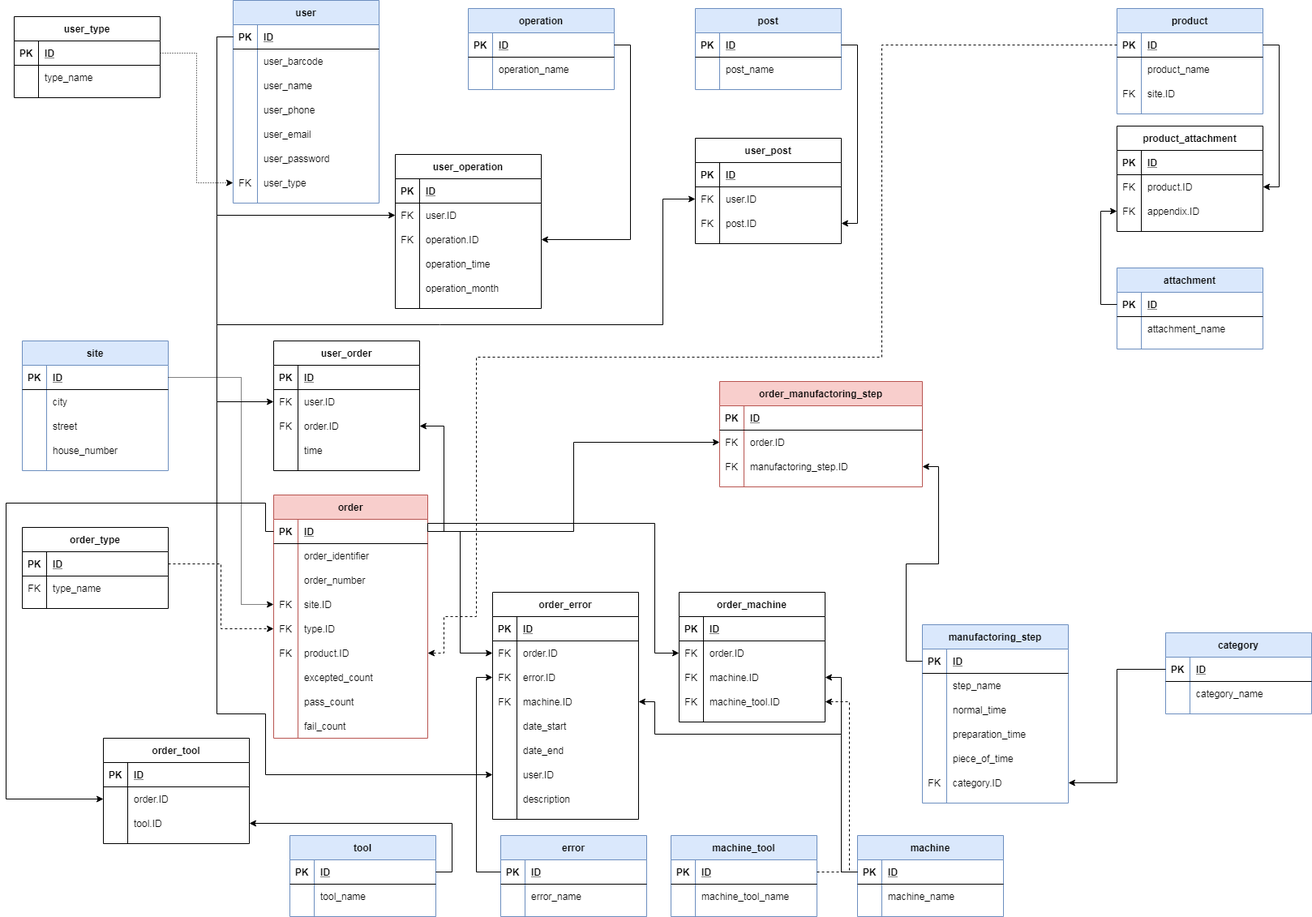
This is DOC/diagrams/database_plan_2_0_0.png from KerteszZoltan/mesterminal, a draw.io export, as it was before one commit. Source tidied: cells renumbered, new cells last; positions are measured from the earlier drawing's top-left corner, leaving out a move shared by most shapes.
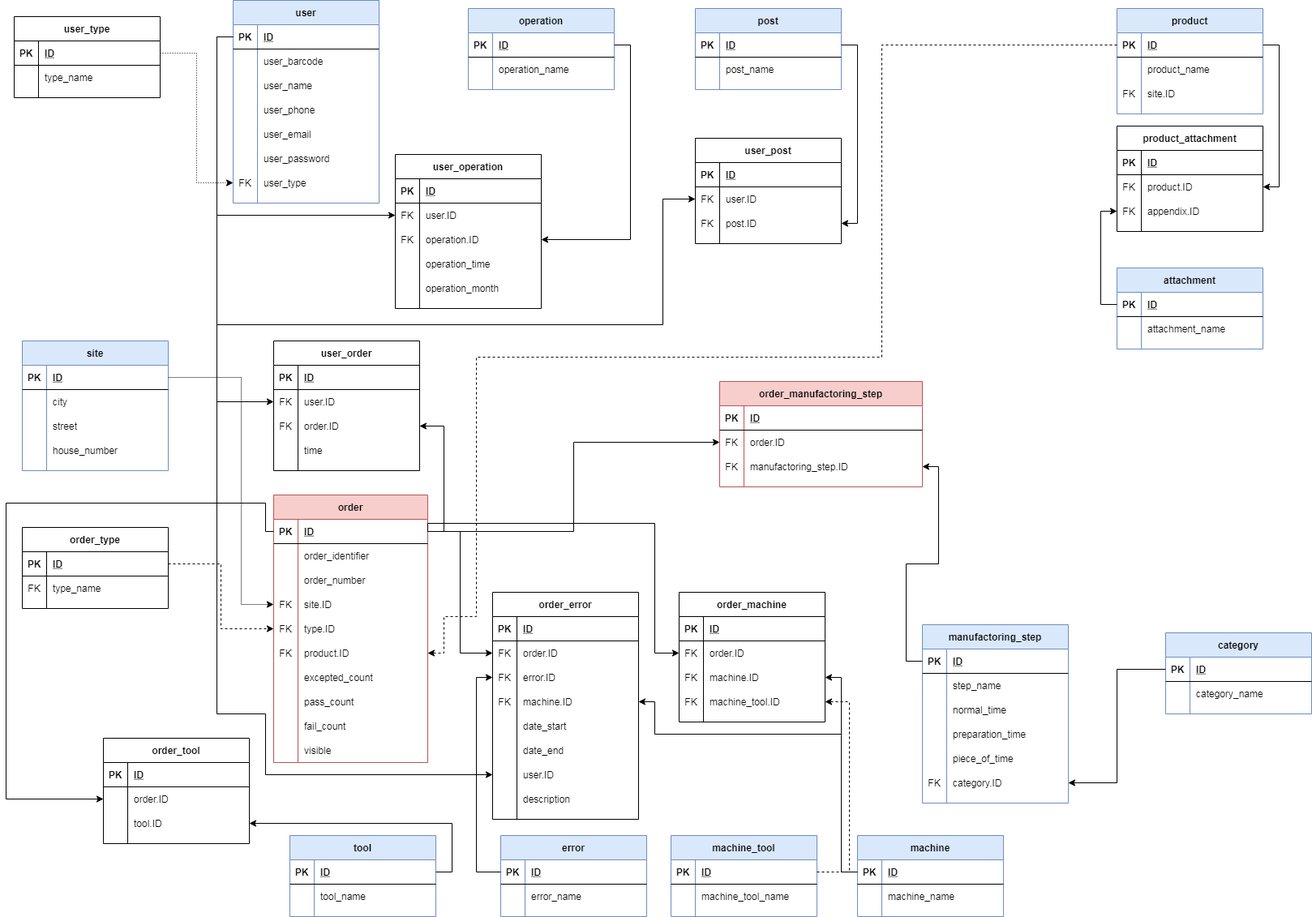
Later version of the same file.

What changed in the source:
```diff
@@ -208,7 +208,7 @@
       </mxGeometry>
     </mxCell>
     <mxCell id="68" value="order" style="shape=table;startSize=30;rowLines=0;fontStyle=1;align=center;fillColor=#f8cecc;strokeColor=#b85450;" parent="1" vertex="1">
-      <mxGeometry x="330" y="610" width="190" height="300" as="geometry" />
+      <mxGeometry x="330" y="610" width="190" height="330" as="geometry" />
     </mxCell>
     <mxCell id="69" style="shape=partialRectangle;fillColor=none;top=0;left=0;bottom=1;right=0;points=[[0,0.5],[1,0.5]];portConstraint=eastwest;" parent="68" vertex="1">
       <mxGeometry y="30" width="190" height="30" as="geometry" />
@@ -291,6 +291,15 @@
     <mxCell id="95" value="fail_count" style="shape=partialRectangle;fillColor=none;top=0;left=0;bottom=0;right=0;align=left;spacingLeft=6;overflow=hidden;" parent="93" vertex="1">
       <mxGeometry x="30" width="160" height="30" as="geometry" />
     </mxCell>
+    <mxCell id="295" style="shape=partialRectangle;fillColor=none;top=0;left=0;bottom=0;right=0;" parent="68" vertex="1">
+      <mxGeometry y="300" width="190" height="30" as="geometry" />
+    </mxCell>
+    <mxCell id="296" style="shape=partialRectangle;fillColor=none;top=0;left=0;bottom=0;right=0;overflow=hidden;" parent="295" vertex="1">
+      <mxGeometry width="30" height="30" as="geometry" />
+    </mxCell>
+    <mxCell id="297" value="visible" style="shape=partialRectangle;fillColor=none;top=0;left=0;bottom=0;right=0;align=left;spacingLeft=6;overflow=hidden;" parent="295" vertex="1">
+      <mxGeometry x="30" width="160" height="30" as="geometry" />
+    </mxCell>
     <mxCell id="96" value="user_order" style="shape=table;startSize=30;rowLines=0;fontStyle=1;align=center;" parent="1" vertex="1">
       <mxGeometry x="330" y="420" width="180" height="160" as="geometry" />
     </mxCell>
```
